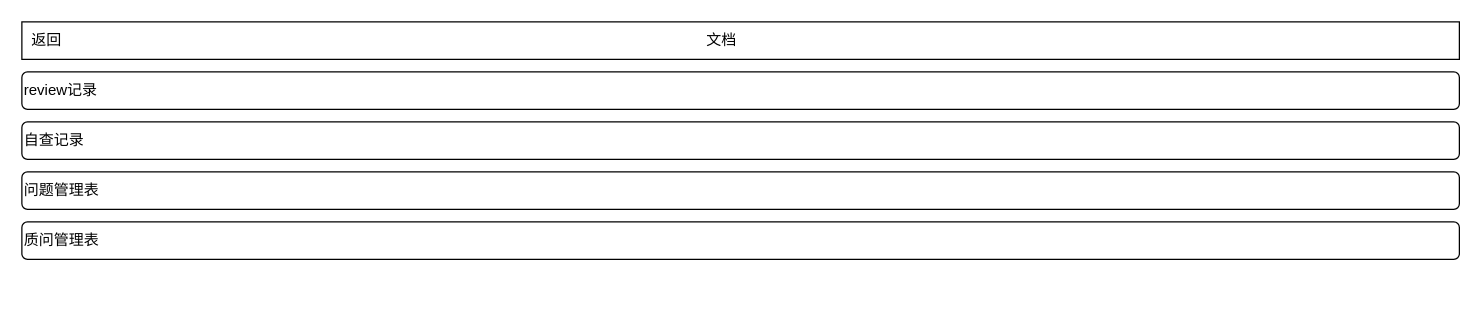
Earlier version of the draw.io diagram page "pm-project-doc-management" (21 of 24) of project-in-action/software-develop-management-system/doc/design/ui/sdms.drawio (callistoctopus/project-all-in-one). Source tidied: cells renumbered, new cells numbered last; positions are measured from the earlier drawing's top-left corner, leaving out a move shared by most shapes. Both pictures are drawn from the tidied source at 125%, with x=0, y=0 at pixel (21, 21).
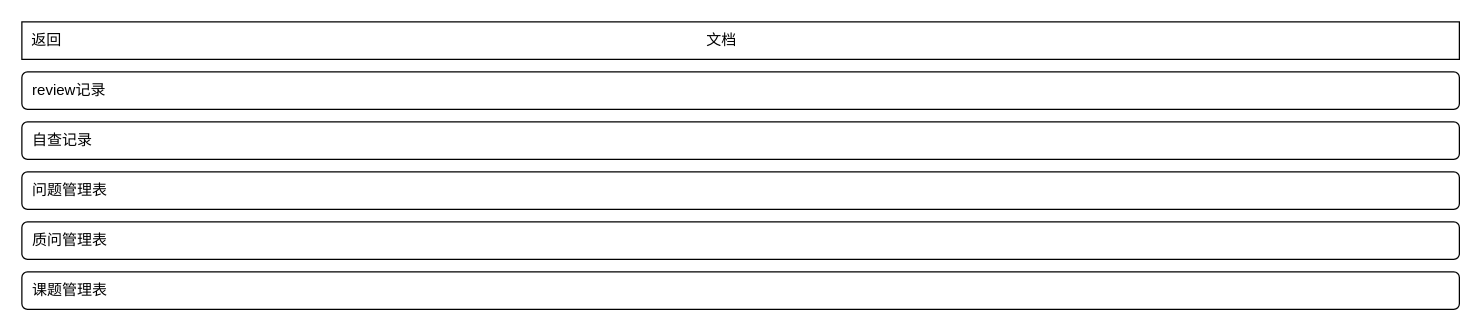
The same page after the edit.

Change to the diagram source:
```diff
@@
 <mxGraphModel>
   <root>
     <mxCell id="0" />
     <mxCell id="1" parent="0" />
     <mxCell id="2" style="rounded=0;whiteSpace=wrap;html=1;" parent="1" vertex="1">
       <mxGeometry width="1150" height="30" as="geometry" />
     </mxCell>
     <mxCell id="3" value="返回" style="text;html=1;strokeColor=none;fillColor=none;align=center;verticalAlign=middle;whiteSpace=wrap;rounded=0;" parent="1" vertex="1">
       <mxGeometry y="5" width="40" height="20" as="geometry" />
     </mxCell>
-    <mxCell id="4" value="review记录" style="rounded=1;whiteSpace=wrap;html=1;align=left;" parent="1" vertex="1">
+    <mxCell id="4" value="&amp;nbsp; review记录" style="rounded=1;whiteSpace=wrap;html=1;align=left;" parent="1" vertex="1">
       <mxGeometry y="40" width="1150" height="30" as="geometry" />
     </mxCell>
-    <mxCell id="5" value="自查记录" style="rounded=1;whiteSpace=wrap;html=1;align=left;" parent="1" vertex="1">
+    <mxCell id="5" value="&amp;nbsp; 自查记录" style="rounded=1;whiteSpace=wrap;html=1;align=left;" parent="1" vertex="1">
       <mxGeometry y="80" width="1150" height="30" as="geometry" />
     </mxCell>
-    <mxCell id="6" value="问题管理表" style="rounded=1;whiteSpace=wrap;html=1;align=left;" parent="1" vertex="1">
+    <mxCell id="6" value="&amp;nbsp; 问题管理表" style="rounded=1;whiteSpace=wrap;html=1;align=left;" parent="1" vertex="1">
       <mxGeometry y="120" width="1150" height="30" as="geometry" />
     </mxCell>
-    <mxCell id="7" value="质问管理表" style="rounded=1;whiteSpace=wrap;html=1;align=left;" parent="1" vertex="1">
+    <mxCell id="7" value="&amp;nbsp; 质问管理表" style="rounded=1;whiteSpace=wrap;html=1;align=left;" parent="1" vertex="1">
       <mxGeometry y="160" width="1150" height="30" as="geometry" />
     </mxCell>
     <mxCell id="8" value="文档" style="text;html=1;strokeColor=none;fillColor=none;align=center;verticalAlign=middle;whiteSpace=wrap;rounded=0;" parent="1" vertex="1">
       <mxGeometry x="540" y="5" width="40" height="20" as="geometry" />
     </mxCell>
+    <mxCell id="9" value="&amp;nbsp; 课题管理表" style="rounded=1;whiteSpace=wrap;html=1;align=left;" parent="1" vertex="1">
+      <mxGeometry y="200" width="1150" height="30" as="geometry" />
+    </mxCell>
   </root>
 </mxGraphModel>
```
